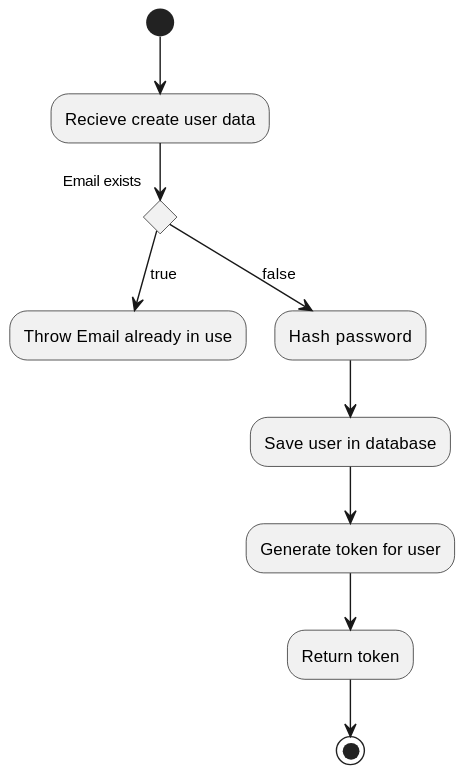
Before: Docs/out/FlowCharts/CreateUserFlowChart/Create User Flowchart.svg, a diagram exported from PlantUML (blackout1471/trust-us-school).
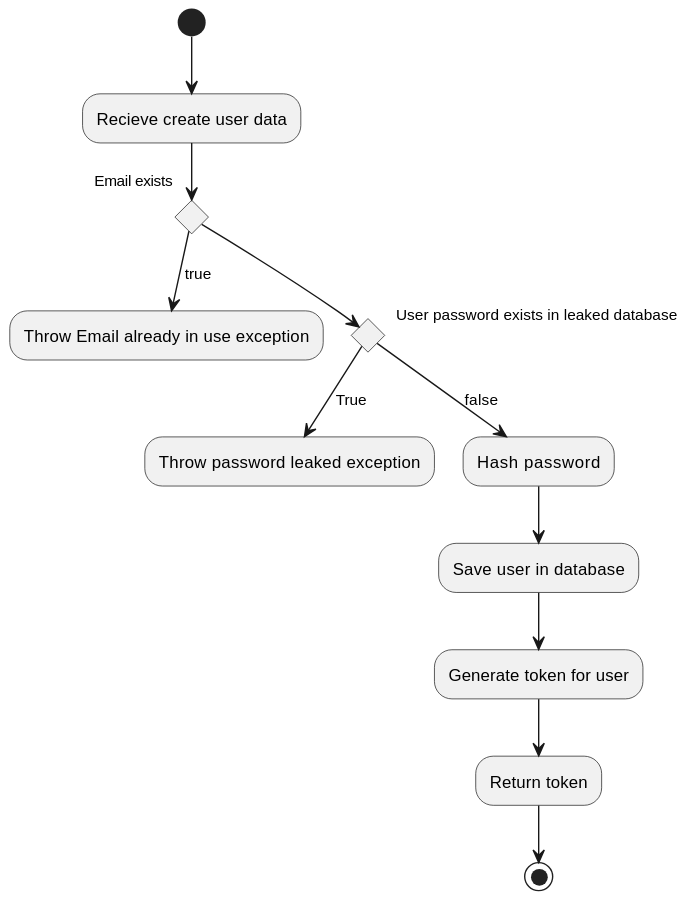
Later version of the same file.

Commit message:
Added flow for leaked password

Change to the diagram source:
```diff
@@ -2,13 +2,16 @@
 
 (*) --> "Recieve create user data"
 if "Email exists" then
-  -->[true] "Throw Email already in use"
+  -->[true] "Throw Email already in use exception"
 else
-  -->[false] "Hash password"
-  --> "Save user in database"
-  --> "Generate token for user"
-  --> "Return token"
-  --> (*)
+  if "User password exists in leaked database" then
+    -->[True]"Throw password leaked exception"
+  else
+    -->[false] "Hash password"
+    --> "Save user in database"
+    --> "Generate token for user"
+    --> "Return token"
+    --> (*)
 end if
 
 @enduml
```
